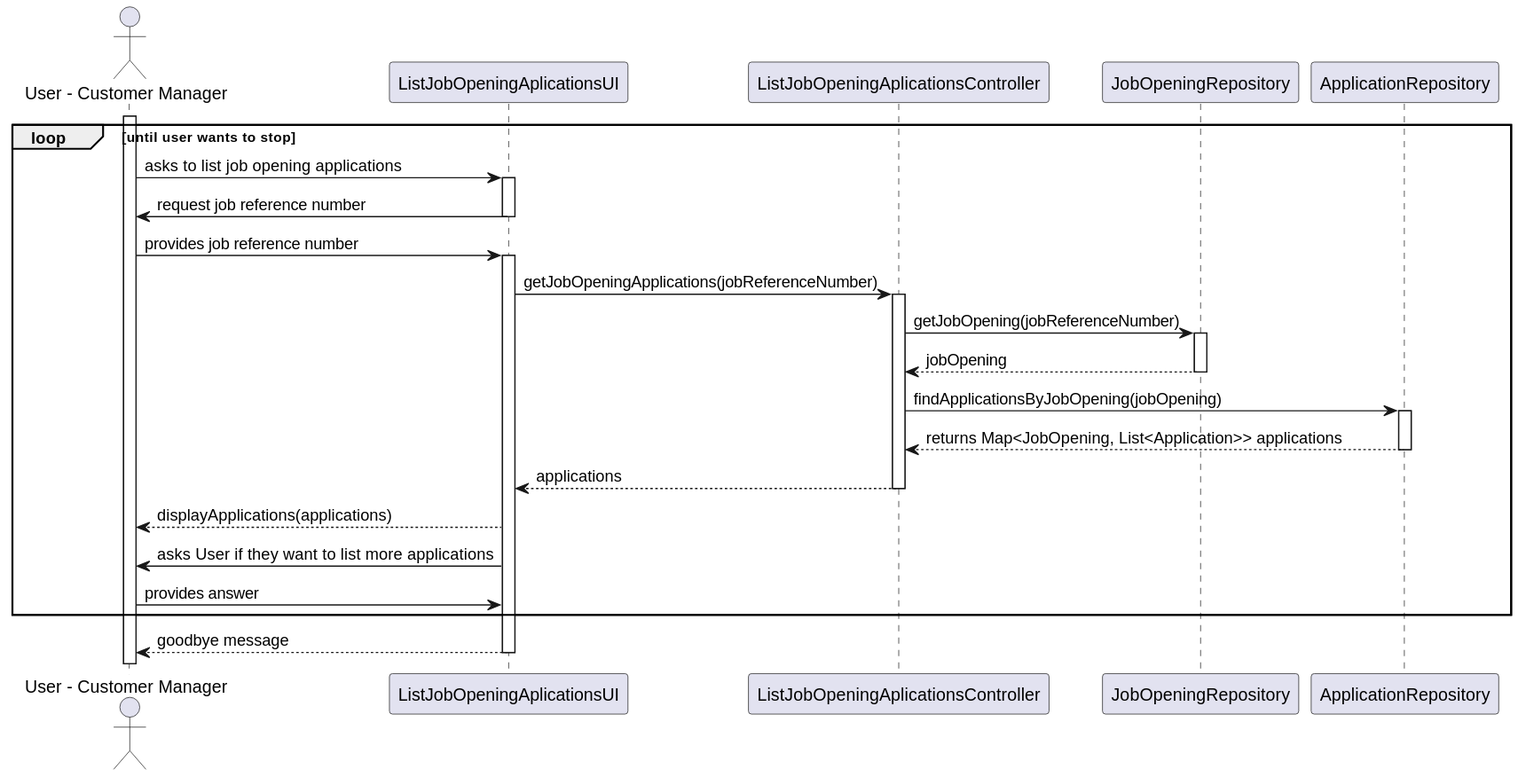
Earlier version of the PlantUML export docs/sprintB/1005/svg/1005-system-sequence-diagram.svg (marcoferreira37/Lapr4).
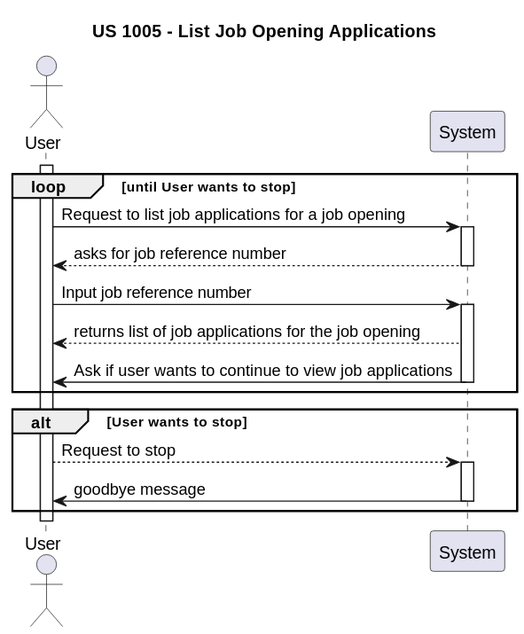
Later version of the same file.

Diff of the diagram source:
```diff
@@ -1,57 +1,31 @@
 @startuml
-actor "User - Customer Manager" as User
+title US 1005 - List Job Opening Applications
 
-participant "ListJobOpeningAplicationsUI" as UI
-participant "ListJobOpeningAplicationsController" as Controller
-participant "JobOpeningRepository" as Repository
-participant "ApplicationRepository" as ApplicationRepository
+actor User as U
+participant "System" as S
 
+activate U
+loop until User wants to stop
+    U -> S: Request to list job applications for a job opening
+    activate S
 
+    S --> U : asks for job reference number
 
-loop until user wants to stop
-activate User
+    deactivate S
+    U -> S: Input job reference number
+    activate S
 
-User -> UI: asks to list job opening applications
+    S --> U : returns list of job applications for the job opening
+    S -> U: Ask if user wants to continue to view job applications
+    deactivate S
+end
+alt User wants to stop
 
-activate UI
+   U --> S: Request to stop
 
-UI -> User: request job reference number
+   activate S
 
-deactivate UI
-
-User -> UI: provides job reference number
-
-activate UI
-
-UI -> Controller: getJobOpeningApplications(jobReferenceNumber)
-
-activate Controller
-
-Controller -> Repository: getJobOpening(jobReferenceNumber)
-activate Repository
-
-Repository --> Controller: jobOpening
-deactivate Repository
-
-Controller -> ApplicationRepository: findApplicationsByJobOpening(jobOpening)
-activate ApplicationRepository
-
-ApplicationRepository --> Controller:  returns Map<JobOpening, List<Application>> applications
-
-deactivate ApplicationRepository
-Controller --> UI: applications
-deactivate Controller
-
-UI --> User: displayApplications(applications)
-
-
-UI -> User : asks User if they want to list more applications
-
-User -> UI: provides answer
-
-end loop
-
-UI --> User: goodbye message
-
-deactivate UI
+   S -> U: goodbye message
+   deactivate S
+end
 @enduml
```
